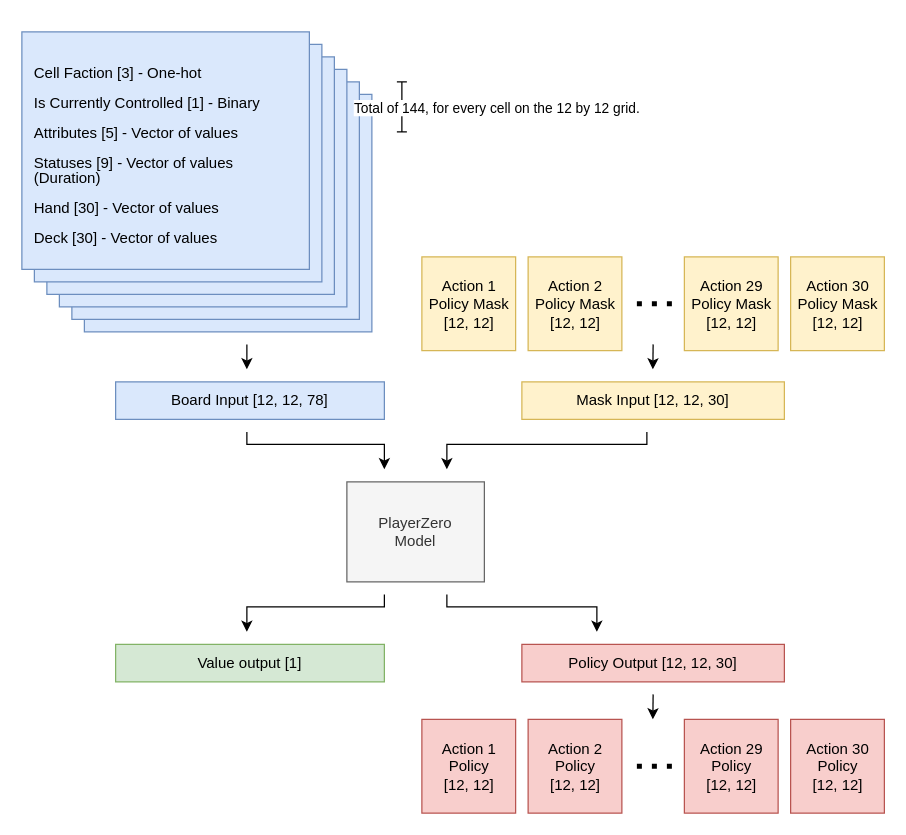
This is pz_io.drawio from Klazkin/player-zero, a draw.io file, before an edit. Source tidied: cells renumbered, new cells numbered last; positions are measured from the earlier drawing's top-left corner, leaving out a move shared by most shapes. Both pictures are drawn from the tidied source at 125%, with x=0, y=0 at pixel (21, 31).
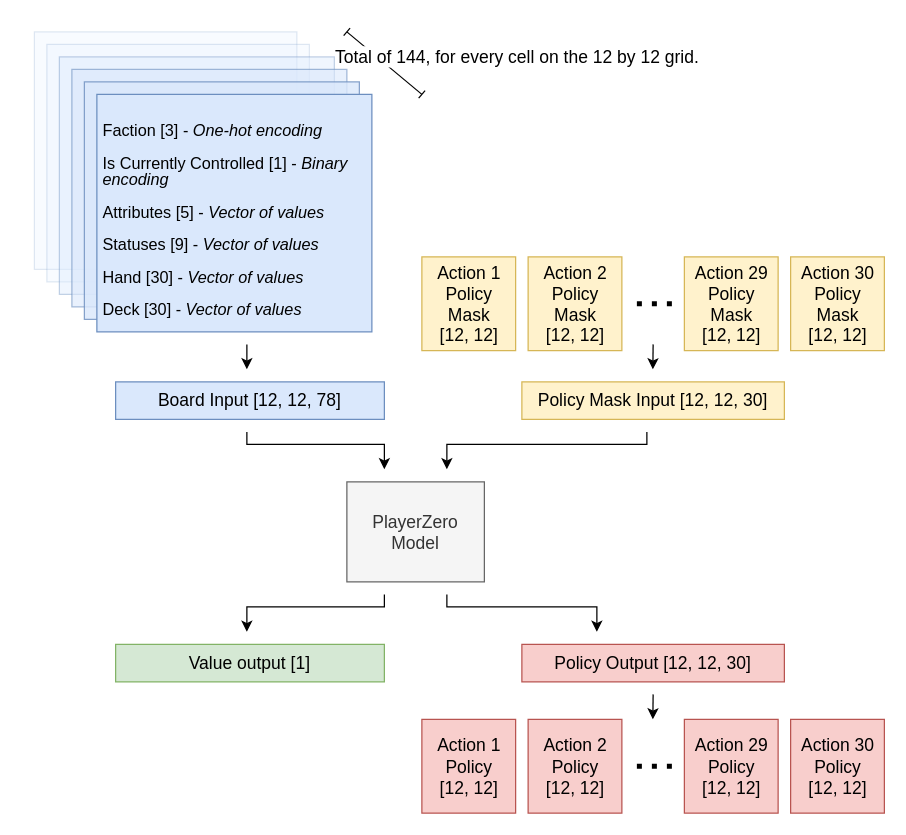
The same page after the edit.

The edit, as a diff of the source:
```diff
@@
-    <mxCell id="2" style="rounded=0;whiteSpace=wrap;html=1;fillColor=#dae8fc;strokeColor=#6c8ebf;" parent="1" vertex="1">
-      <mxGeometry x="50" y="50" width="230" height="190" as="geometry" />
+    <mxCell id="2" style="rounded=0;whiteSpace=wrap;html=1;fillColor=#dae8fc;strokeColor=#6c8ebf;opacity=20;" parent="1" vertex="1">
+      <mxGeometry x="10" width="210" height="190" as="geometry" />
     </mxCell>
-    <mxCell id="3" style="rounded=0;whiteSpace=wrap;html=1;fillColor=#dae8fc;strokeColor=#6c8ebf;" parent="1" vertex="1">
-      <mxGeometry x="40" y="40" width="230" height="190" as="geometry" />
+    <mxCell id="3" style="rounded=0;whiteSpace=wrap;html=1;fillColor=#dae8fc;strokeColor=#6c8ebf;opacity=20;" parent="1" vertex="1">
+      <mxGeometry x="20" y="10" width="210" height="190" as="geometry" />
     </mxCell>
-    <mxCell id="4" style="rounded=0;whiteSpace=wrap;html=1;fillColor=#dae8fc;strokeColor=#6c8ebf;" parent="1" vertex="1">
-      <mxGeometry x="30" y="30" width="230" height="190" as="geometry" />
+    <mxCell id="4" style="rounded=0;whiteSpace=wrap;html=1;fillColor=#dae8fc;strokeColor=#6c8ebf;opacity=40;" parent="1" vertex="1">
+      <mxGeometry x="30" y="20" width="220" height="190" as="geometry" />
     </mxCell>
-    <mxCell id="5" style="rounded=0;whiteSpace=wrap;html=1;fillColor=#dae8fc;strokeColor=#6c8ebf;" parent="1" vertex="1">
-      <mxGeometry x="20" y="20" width="230" height="190" as="geometry" />
+    <mxCell id="5" style="rounded=0;whiteSpace=wrap;html=1;fillColor=#dae8fc;strokeColor=#6c8ebf;opacity=60;" parent="1" vertex="1">
+      <mxGeometry x="40" y="30" width="220" height="190" as="geometry" />
     </mxCell>
-    <mxCell id="6" style="rounded=0;whiteSpace=wrap;html=1;fillColor=#dae8fc;strokeColor=#6c8ebf;" parent="1" vertex="1">
-      <mxGeometry x="10" y="10" width="230" height="190" as="geometry" />
+    <mxCell id="6" style="rounded=0;whiteSpace=wrap;html=1;fillColor=#dae8fc;strokeColor=#6c8ebf;opacity=80;" parent="1" vertex="1">
+      <mxGeometry x="50" y="40" width="220" height="190" as="geometry" />
     </mxCell>
-    <mxCell id="7" value="&lt;p style=&quot;line-height: 100%;&quot;&gt;Cell Faction [3] - One-hot&lt;/p&gt;&lt;p style=&quot;line-height: 100%;&quot;&gt;Is Currently Controlled [1] - Binary&lt;/p&gt;&lt;p style=&quot;line-height: 100%;&quot;&gt;Attributes [5] - Vector of values&lt;br&gt;&lt;/p&gt;&lt;p style=&quot;line-height: 100%;&quot;&gt;Statuses [9] - Vector of values (Duration)&lt;/p&gt;&lt;p style=&quot;line-height: 100%;&quot;&gt;Hand [30] - Vector of values&lt;/p&gt;&lt;p style=&quot;line-height: 100%;&quot;&gt;Deck [30] - Vector of values&lt;br&gt;&lt;/p&gt;" style="rounded=0;whiteSpace=wrap;html=1;fillColor=#dae8fc;strokeColor=#6c8ebf;align=left;verticalAlign=top;spacing=10;" parent="1" vertex="1">
-      <mxGeometry width="230" height="190" as="geometry" />
+    <mxCell id="7" value="&lt;p style=&quot;line-height: 100%; font-size: 13px;&quot;&gt;Faction [3] - &lt;i style=&quot;font-size: 13px;&quot;&gt;One-hot encoding&lt;br style=&quot;font-size: 13px;&quot;&gt;&lt;/i&gt;&lt;/p&gt;&lt;p style=&quot;line-height: 100%; font-size: 13px;&quot;&gt;Is Currently Controlled [1] - &lt;i style=&quot;font-size: 13px;&quot;&gt;Binary encoding&lt;br style=&quot;font-size: 13px;&quot;&gt;&lt;/i&gt;&lt;/p&gt;&lt;p style=&quot;line-height: 100%; font-size: 13px;&quot;&gt;Attributes [5] - &lt;i style=&quot;font-size: 13px;&quot;&gt;Vector of values&lt;/i&gt;&lt;br style=&quot;font-size: 13px;&quot;&gt;&lt;/p&gt;&lt;p style=&quot;line-height: 100%; font-size: 13px;&quot;&gt;Statuses [9] - &lt;i style=&quot;font-size: 13px;&quot;&gt;Vector of values&lt;/i&gt;&lt;br style=&quot;font-size: 13px;&quot;&gt;&lt;/p&gt;&lt;p style=&quot;line-height: 100%; font-size: 13px;&quot;&gt;Hand [30] - &lt;i style=&quot;font-size: 13px;&quot;&gt;Vector of values&lt;/i&gt;&lt;br style=&quot;font-size: 13px;&quot;&gt;&lt;/p&gt;&lt;p style=&quot;line-height: 100%; font-size: 13px;&quot;&gt;Deck [30] - &lt;i style=&quot;font-size: 13px;&quot;&gt;Vector of values&lt;/i&gt;&lt;br style=&quot;font-size: 13px;&quot;&gt;&lt;/p&gt;" style="rounded=0;whiteSpace=wrap;html=1;fillColor=#dae8fc;strokeColor=#6c8ebf;align=left;verticalAlign=top;spacing=5;fontSize=13;spacingTop=0;" parent="1" vertex="1">
+      <mxGeometry x="60" y="50" width="220" height="190" as="geometry" />
     </mxCell>
@@
-    <mxCell id="9" value="&lt;div&gt;Action 1&lt;br&gt;&lt;/div&gt;&lt;div&gt;Policy Mask&lt;/div&gt;&lt;div&gt;[12, 12]&lt;br&gt;&lt;/div&gt;" style="text;html=1;align=center;verticalAlign=middle;whiteSpace=wrap;rounded=0;" parent="1" vertex="1">
+    <mxCell id="9" value="&lt;div style=&quot;font-size: 14px;&quot;&gt;Action 1&lt;br style=&quot;font-size: 14px;&quot;&gt;&lt;/div&gt;&lt;div style=&quot;font-size: 14px;&quot;&gt;Policy Mask&lt;/div&gt;&lt;div style=&quot;font-size: 14px;&quot;&gt;[12, 12]&lt;br style=&quot;font-size: 14px;&quot;&gt;&lt;/div&gt;" style="text;html=1;align=center;verticalAlign=middle;whiteSpace=wrap;rounded=0;fontSize=14;" parent="1" vertex="1">
       <mxGeometry x="322.5" y="182.5" width="70" height="70" as="geometry" />
     </mxCell>
@@
-    <mxCell id="14" value="&lt;div&gt;Action 2&lt;br&gt;&lt;/div&gt;&lt;div&gt;Policy Mask&lt;/div&gt;&lt;div&gt;[12, 12]&lt;br&gt;&lt;/div&gt;" style="text;html=1;align=center;verticalAlign=middle;whiteSpace=wrap;rounded=0;" parent="1" vertex="1">
+    <mxCell id="14" value="&lt;div style=&quot;font-size: 14px;&quot;&gt;Action 2&lt;br style=&quot;font-size: 14px;&quot;&gt;&lt;/div&gt;&lt;div style=&quot;font-size: 14px;&quot;&gt;Policy Mask&lt;/div&gt;&lt;div style=&quot;font-size: 14px;&quot;&gt;[12, 12]&lt;br style=&quot;font-size: 14px;&quot;&gt;&lt;/div&gt;" style="text;html=1;align=center;verticalAlign=middle;whiteSpace=wrap;rounded=0;fontSize=14;" parent="1" vertex="1">
       <mxGeometry x="407.5" y="182.5" width="70" height="70" as="geometry" />
     </mxCell>
-    <mxCell id="15" value="&lt;div&gt;Action 29&lt;br&gt;&lt;/div&gt;&lt;div&gt;Policy Mask&lt;/div&gt;&lt;div&gt;[12, 12]&lt;br&gt;&lt;/div&gt;" style="text;html=1;align=center;verticalAlign=middle;whiteSpace=wrap;rounded=0;" parent="1" vertex="1">
+    <mxCell id="15" value="&lt;div style=&quot;font-size: 14px;&quot;&gt;Action 29&lt;br style=&quot;font-size: 14px;&quot;&gt;&lt;/div&gt;&lt;div style=&quot;font-size: 14px;&quot;&gt;Policy Mask&lt;/div&gt;&lt;div style=&quot;font-size: 14px;&quot;&gt;[12, 12]&lt;br style=&quot;font-size: 14px;&quot;&gt;&lt;/div&gt;" style="text;html=1;align=center;verticalAlign=middle;whiteSpace=wrap;rounded=0;fontSize=14;" parent="1" vertex="1">
       <mxGeometry x="532.5" y="182.5" width="70" height="70" as="geometry" />
     </mxCell>
-    <mxCell id="16" value="Action 30&lt;br&gt;&lt;div&gt;Policy Mask&lt;/div&gt;&lt;div&gt;[12, 12]&lt;br&gt;&lt;/div&gt;" style="text;html=1;align=center;verticalAlign=middle;whiteSpace=wrap;rounded=0;" parent="1" vertex="1">
+    <mxCell id="16" value="Action 30&lt;br style=&quot;font-size: 14px;&quot;&gt;&lt;div style=&quot;font-size: 14px;&quot;&gt;Policy Mask&lt;/div&gt;&lt;div style=&quot;font-size: 14px;&quot;&gt;[12, 12]&lt;br style=&quot;font-size: 14px;&quot;&gt;&lt;/div&gt;" style="text;html=1;align=center;verticalAlign=middle;whiteSpace=wrap;rounded=0;fontSize=14;" parent="1" vertex="1">
       <mxGeometry x="617.5" y="182.5" width="70" height="70" as="geometry" />
     </mxCell>
-    <mxCell id="17" value="Value output [1]" style="rounded=0;whiteSpace=wrap;html=1;fillColor=#d5e8d4;strokeColor=#82b366;" parent="1" vertex="1">
+    <mxCell id="17" value="Value output [1]" style="rounded=0;whiteSpace=wrap;html=1;fillColor=#d5e8d4;strokeColor=#82b366;fontSize=14;" parent="1" vertex="1">
       <mxGeometry x="75" y="490" width="215" height="30" as="geometry" />
     </mxCell>
@@
-    <mxCell id="19" value="&lt;div&gt;PlayerZero&lt;/div&gt;&lt;div&gt;Model&lt;br&gt;&lt;/div&gt;" style="rounded=0;whiteSpace=wrap;html=1;fillColor=#f5f5f5;fontColor=#333333;strokeColor=#666666;" parent="1" vertex="1">
+    <mxCell id="19" value="&lt;div style=&quot;font-size: 14px;&quot;&gt;PlayerZero&lt;/div&gt;&lt;div style=&quot;font-size: 14px;&quot;&gt;Model&lt;br style=&quot;font-size: 14px;&quot;&gt;&lt;/div&gt;" style="rounded=0;whiteSpace=wrap;html=1;fillColor=#f5f5f5;fontColor=#333333;strokeColor=#666666;fontSize=14;" parent="1" vertex="1">
       <mxGeometry x="260" y="360" width="110" height="80" as="geometry" />
     </mxCell>
@@
     <mxCell id="22" style="endArrow=baseDash;html=1;rounded=0;startArrow=baseDash;startFill=0;endFill=0;" parent="1" edge="1">
       <mxGeometry relative="1" as="geometry">
-        <mxPoint x="304" y="80" as="sourcePoint" />
-        <mxPoint x="304" y="40" as="targetPoint" />
+        <mxPoint x="320" y="50" as="sourcePoint" />
+        <mxPoint x="260" as="targetPoint" />
       </mxGeometry>
     </mxCell>
-    <mxCell id="23" value="Total of 144, for every cell on the 12 by 12 grid." style="edgeLabel;html=1;align=center;verticalAlign=middle;" parent="22" vertex="1">
+    <mxCell id="23" value="&lt;font style=&quot;font-size: 14px;&quot;&gt;Total of 144, for every cell on the 12 by 12 grid.&lt;/font&gt;" style="edgeLabel;html=1;align=center;verticalAlign=middle;" parent="22" vertex="1">
       <mxGeometry x="0.04" y="-1" relative="1" as="geometry">
-        <mxPoint x="74" y="1" as="offset" />
+        <mxPoint x="106" y="-3" as="offset" />
       </mxGeometry>
     </mxCell>
-    <mxCell id="24" value="Mask Input [12, 12, 30]" style="rounded=0;whiteSpace=wrap;html=1;fillColor=#fff2cc;strokeColor=#d6b656;" parent="1" vertex="1">
+    <mxCell id="24" value="Policy Mask Input [12, 12, 30]" style="rounded=0;whiteSpace=wrap;html=1;fillColor=#fff2cc;strokeColor=#d6b656;fontSize=14;" parent="1" vertex="1">
       <mxGeometry x="400" y="280" width="210" height="30" as="geometry" />
     </mxCell>
@@
-    <mxCell id="27" value="Board Input [12, 12, 78]" style="rounded=0;whiteSpace=wrap;html=1;fillColor=#dae8fc;strokeColor=#6c8ebf;" parent="1" vertex="1">
+    <mxCell id="27" value="Board Input [12, 12, 78]" style="rounded=0;whiteSpace=wrap;html=1;fillColor=#dae8fc;strokeColor=#6c8ebf;fontSize=14;" parent="1" vertex="1">
       <mxGeometry x="75" y="280" width="215" height="30" as="geometry" />
     </mxCell>
@@
-    <mxCell id="29" value="Policy Output [12, 12, 30]" style="rounded=0;whiteSpace=wrap;html=1;fillColor=#f8cecc;strokeColor=#b85450;" parent="1" vertex="1">
+    <mxCell id="29" value="Policy Output [12, 12, 30]" style="rounded=0;whiteSpace=wrap;html=1;fillColor=#f8cecc;strokeColor=#b85450;fontSize=14;" parent="1" vertex="1">
       <mxGeometry x="400" y="490" width="210" height="30" as="geometry" />
     </mxCell>
@@
-    <mxCell id="32" value="&lt;div&gt;Action 1&lt;/div&gt;&lt;div&gt;Policy&lt;/div&gt;&lt;div&gt;[12, 12]&lt;br&gt;&lt;/div&gt;" style="text;html=1;align=center;verticalAlign=middle;whiteSpace=wrap;rounded=0;" parent="1" vertex="1">
+    <mxCell id="32" value="&lt;div style=&quot;font-size: 14px;&quot;&gt;Action 1&lt;/div&gt;&lt;div style=&quot;font-size: 14px;&quot;&gt;Policy&lt;/div&gt;&lt;div style=&quot;font-size: 14px;&quot;&gt;[12, 12]&lt;br style=&quot;font-size: 14px;&quot;&gt;&lt;/div&gt;" style="text;html=1;align=center;verticalAlign=middle;whiteSpace=wrap;rounded=0;fontSize=14;" parent="1" vertex="1">
       <mxGeometry x="322.5" y="552.5" width="70" height="70" as="geometry" />
     </mxCell>
@@
-    <mxCell id="37" value="&lt;div&gt;Action 2&lt;/div&gt;&lt;div&gt;Policy&lt;br&gt;&lt;/div&gt;&lt;div&gt;[12, 12]&lt;br&gt;&lt;/div&gt;" style="text;html=1;align=center;verticalAlign=middle;whiteSpace=wrap;rounded=0;" parent="1" vertex="1">
+    <mxCell id="37" value="&lt;div style=&quot;font-size: 14px;&quot;&gt;Action 2&lt;/div&gt;&lt;div style=&quot;font-size: 14px;&quot;&gt;Policy&lt;br style=&quot;font-size: 14px;&quot;&gt;&lt;/div&gt;&lt;div style=&quot;font-size: 14px;&quot;&gt;[12, 12]&lt;br style=&quot;font-size: 14px;&quot;&gt;&lt;/div&gt;" style="text;html=1;align=center;verticalAlign=middle;whiteSpace=wrap;rounded=0;fontSize=14;" parent="1" vertex="1">
       <mxGeometry x="407.5" y="552.5" width="70" height="70" as="geometry" />
     </mxCell>
-    <mxCell id="38" value="&lt;div&gt;Action 29 Policy&lt;br&gt;&lt;/div&gt;&lt;div&gt;[12, 12]&lt;br&gt;&lt;/div&gt;" style="text;html=1;align=center;verticalAlign=middle;whiteSpace=wrap;rounded=0;" parent="1" vertex="1">
+    <mxCell id="38" value="&lt;div style=&quot;font-size: 14px;&quot;&gt;Action 29 Policy&lt;br style=&quot;font-size: 14px;&quot;&gt;&lt;/div&gt;&lt;div style=&quot;font-size: 14px;&quot;&gt;[12, 12]&lt;br style=&quot;font-size: 14px;&quot;&gt;&lt;/div&gt;" style="text;html=1;align=center;verticalAlign=middle;whiteSpace=wrap;rounded=0;fontSize=14;" parent="1" vertex="1">
       <mxGeometry x="532.5" y="552.5" width="70" height="70" as="geometry" />
     </mxCell>
-    <mxCell id="39" value="Action 30&lt;br&gt;&lt;div&gt;Policy&lt;br&gt;&lt;/div&gt;&lt;div&gt;[12, 12]&lt;br&gt;&lt;/div&gt;" style="text;html=1;align=center;verticalAlign=middle;whiteSpace=wrap;rounded=0;" parent="1" vertex="1">
+    <mxCell id="39" value="Action 30&lt;br style=&quot;font-size: 14px;&quot;&gt;&lt;div style=&quot;font-size: 14px;&quot;&gt;Policy&lt;br style=&quot;font-size: 14px;&quot;&gt;&lt;/div&gt;&lt;div style=&quot;font-size: 14px;&quot;&gt;[12, 12]&lt;br style=&quot;font-size: 14px;&quot;&gt;&lt;/div&gt;" style="text;html=1;align=center;verticalAlign=middle;whiteSpace=wrap;rounded=0;fontSize=14;" parent="1" vertex="1">
       <mxGeometry x="617.5" y="552.5" width="70" height="70" as="geometry" />
     </mxCell>
```
